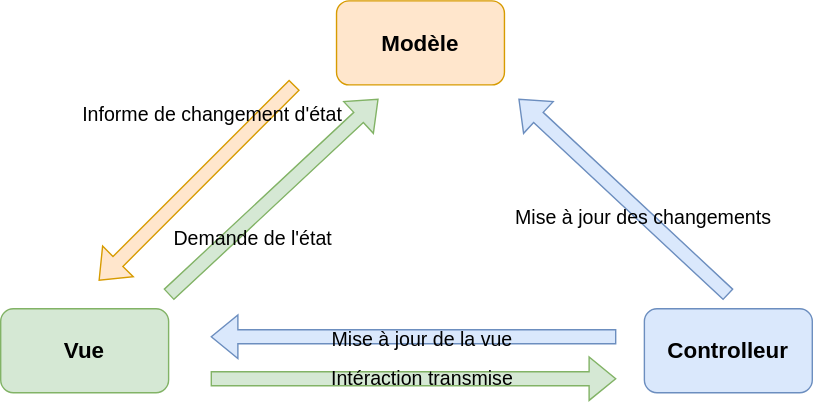
sfeir-open-source/polytech-microservice keeps this draw.io diagram as docs/assets/images/mvc.svg. Above is the earlier version. Source tidied: cells renumbered, new cells last; positions are measured from the earlier drawing's top-left corner, leaving out a move shared by most shapes.
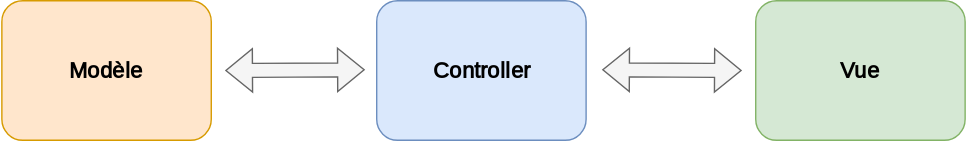
The same file after the commit.

What changed in the source:
```diff
@@ -2,67 +2,26 @@
   <root>
     <mxCell id="0" />
     <mxCell id="1" parent="0" />
+    <mxCell id="15" value="Controller" style="rounded=1;whiteSpace=wrap;html=1;fillColor=#dae8fc;strokeColor=#6c8ebf;fontFamily=Poppins;fontSource=https%3A%2F%2Ffonts.googleapis.com%2Fcss%3Ffamily%3DPoppins;fontSize=16;fontStyle=1;" parent="1" vertex="1">
+      <mxGeometry x="258.5" y="50" width="150" height="100" as="geometry" />
+    </mxCell>
+    <mxCell id="3" value="Vue" style="rounded=1;whiteSpace=wrap;html=1;fillColor=#d5e8d4;strokeColor=#82b366;fontFamily=Poppins;fontSource=https%3A%2F%2Ffonts.googleapis.com%2Fcss%3Ffamily%3DPoppins;fontSize=16;fontStyle=1;" parent="1" vertex="1">
+      <mxGeometry x="530" y="50" width="150" height="100" as="geometry" />
+    </mxCell>
-    <mxCell id="2" value="Modèle" style="rounded=1;whiteSpace=wrap;html=1;fillColor=#ffe6cc;strokeColor=#d79b00;fontStyle=1;fontSize=16;" parent="1" vertex="1">
-      <mxGeometry x="240" width="120" height="60" as="geometry" />
+    <mxCell id="2" value="Modèle" style="rounded=1;whiteSpace=wrap;html=1;fillColor=#ffe6cc;strokeColor=#d79b00;fontFamily=Poppins;fontSource=https%3A%2F%2Ffonts.googleapis.com%2Fcss%3Ffamily%3DPoppins;fontSize=16;fontStyle=1;" parent="1" vertex="1">
+      <mxGeometry x="-10" y="50" width="150" height="100" as="geometry" />
     </mxCell>
-    <mxCell id="3" value="Vue" style="rounded=1;whiteSpace=wrap;html=1;fillColor=#d5e8d4;strokeColor=#82b366;fontSize=16;fontStyle=1;" parent="1" vertex="1">
-      <mxGeometry y="220" width="120" height="60" as="geometry" />
-    </mxCell>
-    <mxCell id="4" value="Controlleur" style="rounded=1;whiteSpace=wrap;html=1;fillColor=#dae8fc;strokeColor=#6c8ebf;fontStyle=1;fontSize=16;" parent="1" vertex="1">
-      <mxGeometry x="460" y="220" width="120" height="60" as="geometry" />
-    </mxCell>
-    <mxCell id="5" style="shape=flexArrow;endArrow=classic;html=1;rounded=0;exitX=0;exitY=1;exitDx=0;exitDy=0;fillColor=#ffe6cc;strokeColor=#d79b00;" parent="1" edge="1">
-      <mxGeometry relative="1" as="geometry">
-        <mxPoint x="210" y="60" as="sourcePoint" />
-        <mxPoint x="70" y="200" as="targetPoint" />
-      </mxGeometry>
-    </mxCell>
-    <mxCell id="6" value="Informe de changement d'état" style="edgeLabel;html=1;align=center;verticalAlign=middle;labelBackgroundColor=none;fontSize=14;" parent="5" vertex="1">
-      <mxGeometry x="-0.19" y="1" relative="1" as="geometry">
-        <mxPoint x="-4" y="-37" as="offset" />
-      </mxGeometry>
-    </mxCell>
-    <mxCell id="7" style="shape=flexArrow;endArrow=classic;html=1;rounded=0;fillColor=#dae8fc;strokeColor=#6c8ebf;" parent="1" edge="1">
-      <mxGeometry relative="1" as="geometry">
-        <mxPoint x="520" y="210" as="sourcePoint" />
-        <mxPoint x="370" y="70" as="targetPoint" />
-      </mxGeometry>
-    </mxCell>
-    <mxCell id="8" value="Mise à jour des changements" style="edgeLabel;html=1;align=center;verticalAlign=middle;labelBackgroundColor=none;fontSize=14;" parent="7" vertex="1">
-      <mxGeometry x="-0.19" y="1" relative="1" as="geometry" />
-    </mxCell>
-    <mxCell id="9" style="shape=flexArrow;endArrow=classic;html=1;rounded=0;fillColor=#dae8fc;strokeColor=#6c8ebf;" parent="1" edge="1">
-      <mxGeometry relative="1" as="geometry">
-        <mxPoint x="440" y="240" as="sourcePoint" />
-        <mxPoint x="150" y="240" as="targetPoint" />
-      </mxGeometry>
-    </mxCell>
-    <mxCell id="10" value="Mise à jour de la vue" style="edgeLabel;html=1;align=center;verticalAlign=middle;labelBackgroundColor=none;fontSize=14;" parent="9" vertex="1">
-      <mxGeometry x="-0.19" y="1" relative="1" as="geometry">
-        <mxPoint x="-23" as="offset" />
-      </mxGeometry>
-    </mxCell>
-    <mxCell id="11" style="shape=flexArrow;endArrow=classic;html=1;rounded=0;fillColor=#d5e8d4;strokeColor=#82b366;" parent="1" edge="1">
-      <mxGeometry relative="1" as="geometry">
-        <mxPoint x="150" y="270" as="sourcePoint" />
-        <mxPoint x="440" y="270" as="targetPoint" />
-      </mxGeometry>
-    </mxCell>
-    <mxCell id="12" value="Intéraction transmise" style="edgeLabel;html=1;align=center;verticalAlign=middle;labelBackgroundColor=none;fontSize=14;" parent="11" vertex="1">
-      <mxGeometry x="-0.19" y="1" relative="1" as="geometry">
-        <mxPoint x="33" as="offset" />
-      </mxGeometry>
-    </mxCell>
-    <mxCell id="13" style="shape=flexArrow;endArrow=classic;html=1;rounded=0;fillColor=#d5e8d4;strokeColor=#82b366;" parent="1" edge="1">
-      <mxGeometry relative="1" as="geometry">
-        <mxPoint x="120" y="210" as="sourcePoint" />
-        <mxPoint x="270" y="70" as="targetPoint" />
-      </mxGeometry>
-    </mxCell>
-    <mxCell id="14" value="Demande de l'état" style="edgeLabel;html=1;align=center;verticalAlign=middle;labelBackgroundColor=none;fontSize=14;" parent="13" vertex="1">
-      <mxGeometry x="-0.19" y="1" relative="1" as="geometry">
-        <mxPoint y="17" as="offset" />
-      </mxGeometry>
-    </mxCell>
+    <mxCell id="16" style="shape=flexArrow;endArrow=classic;startArrow=classic;html=1;rounded=0;fillColor=#f5f5f5;strokeColor=#666666;" parent="1" edge="1">
+      <mxGeometry relative="1" as="geometry">
+        <mxPoint x="150" y="100" as="sourcePoint" />
+        <mxPoint x="250" y="99.5" as="targetPoint" />
+      </mxGeometry>
+    </mxCell>
+    <mxCell id="17" style="shape=flexArrow;endArrow=classic;startArrow=classic;html=1;rounded=0;fillColor=#f5f5f5;strokeColor=#666666;" parent="1" edge="1">
+      <mxGeometry relative="1" as="geometry">
+        <mxPoint x="420" y="99.5" as="sourcePoint" />
+        <mxPoint x="520" y="100" as="targetPoint" />
+      </mxGeometry>
+    </mxCell>
   </root>
 </mxGraphModel>
```
